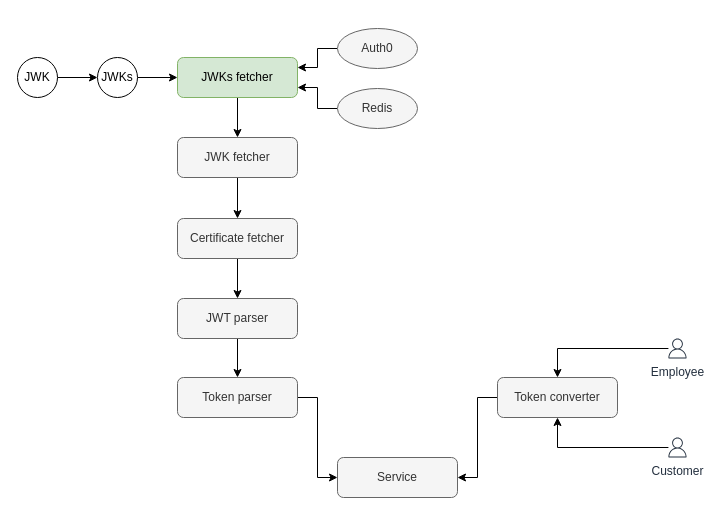
visiperf/visiauth keeps this draw.io diagram as docs/architecture.drawio. Above is the earlier version. Source tidied: cells renumbered, new cells numbered last; positions are measured from the earlier drawing's top-left corner, leaving out a move shared by most shapes. Both pictures are drawn from the tidied source at 100%, with x=0, y=0 at pixel (17, 28).
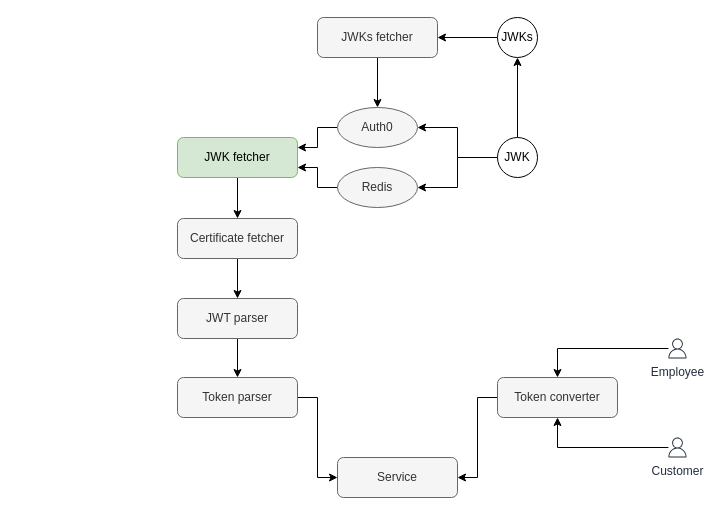
After the change.

The edit, as a diff of the source:
```diff
@@
-    <mxCell id="12" value="JWK fetcher" style="rounded=1;whiteSpace=wrap;html=1;fillColor=#f5f5f5;strokeColor=#666666;fontColor=#333333;" parent="1" vertex="1">
+    <mxCell id="12" value="JWK fetcher" style="rounded=1;whiteSpace=wrap;html=1;fillColor=#d5e8d4;strokeColor=#82b366;" parent="1" vertex="1">
       <mxGeometry x="160" y="109" width="120" height="40" as="geometry" />
     </mxCell>
-    <mxCell id="13" style="edgeStyle=orthogonalEdgeStyle;rounded=0;jettySize=auto;html=1;entryX=0.5;entryY=0;entryDx=0;entryDy=0;" parent="1" edge="1" source="14" target="12">
-      <mxGeometry relative="1" as="geometry" />
-    </mxCell>
+    <mxCell id="27" style="edgeStyle=orthogonalEdgeStyle;rounded=0;jettySize=auto;html=1;entryX=0.5;entryY=0;entryDx=0;entryDy=0;" parent="1" edge="1" source="14" target="24">
+      <mxGeometry relative="1" as="geometry" />
+    </mxCell>
-    <mxCell id="14" value="JWKs fetcher" style="rounded=1;whiteSpace=wrap;html=1;fillColor=#d5e8d4;strokeColor=#82b366;" parent="1" vertex="1">
-      <mxGeometry x="160" y="29" width="120" height="40" as="geometry" />
+    <mxCell id="14" value="JWKs fetcher" style="rounded=1;whiteSpace=wrap;html=1;fillColor=#f5f5f5;strokeColor=#666666;fontColor=#333333;" parent="1" vertex="1">
+      <mxGeometry x="300" y="-11" width="120" height="40" as="geometry" />
     </mxCell>
@@
-    <mxCell id="19" style="edgeStyle=orthogonalEdgeStyle;rounded=0;jettySize=auto;html=1;entryX=0;entryY=0.5;entryDx=0;entryDy=0;" parent="1" edge="1" source="20" target="14">
+    <mxCell id="19" style="edgeStyle=orthogonalEdgeStyle;rounded=0;jettySize=auto;html=1;entryX=1;entryY=0.5;entryDx=0;entryDy=0;" parent="1" edge="1" source="20" target="14">
       <mxGeometry relative="1" as="geometry" />
     </mxCell>
     <mxCell id="20" value="JWKs" style="ellipse;whiteSpace=wrap;html=1;" parent="1" vertex="1">
-      <mxGeometry x="80" y="29" width="40" height="40" as="geometry" />
+      <mxGeometry x="480" y="-11" width="40" height="40" as="geometry" />
     </mxCell>
-    <mxCell id="21" style="edgeStyle=orthogonalEdgeStyle;rounded=0;jettySize=auto;html=1;entryX=0;entryY=0.5;entryDx=0;entryDy=0;" parent="1" edge="1" source="22" target="20">
+    <mxCell id="21" style="edgeStyle=orthogonalEdgeStyle;rounded=0;jettySize=auto;html=1;entryX=0.5;entryY=1;entryDx=0;entryDy=0;" parent="1" edge="1" source="22" target="20">
       <mxGeometry relative="1" as="geometry" />
     </mxCell>
+    <mxCell id="28" style="edgeStyle=orthogonalEdgeStyle;rounded=0;jettySize=auto;html=1;entryX=1;entryY=0.5;entryDx=0;entryDy=0;" parent="1" edge="1" source="22" target="24">
+      <mxGeometry relative="1" as="geometry" />
+    </mxCell>
+    <mxCell id="29" style="edgeStyle=orthogonalEdgeStyle;rounded=0;jettySize=auto;html=1;entryX=1;entryY=0.5;entryDx=0;entryDy=0;" parent="1" edge="1" source="22" target="26">
+      <mxGeometry relative="1" as="geometry" />
+    </mxCell>
     <mxCell id="22" value="JWK" style="ellipse;whiteSpace=wrap;html=1;" parent="1" vertex="1">
-      <mxGeometry y="29" width="40" height="40" as="geometry" />
+      <mxGeometry x="480" y="109" width="40" height="40" as="geometry" />
     </mxCell>
-    <mxCell id="23" style="edgeStyle=orthogonalEdgeStyle;rounded=0;jettySize=auto;html=1;entryX=1;entryY=0.25;entryDx=0;entryDy=0;" parent="1" edge="1" source="24" target="14">
-      <mxGeometry relative="1" as="geometry" />
-    </mxCell>
+    <mxCell id="30" style="edgeStyle=orthogonalEdgeStyle;rounded=0;jettySize=auto;html=1;entryX=1;entryY=0.25;entryDx=0;entryDy=0;" parent="1" edge="1" source="24" target="12">
+      <mxGeometry relative="1" as="geometry" />
+    </mxCell>
     <mxCell id="24" value="Auth0" style="ellipse;whiteSpace=wrap;html=1;fillColor=#f5f5f5;strokeColor=#666666;fontColor=#333333;" parent="1" vertex="1">
-      <mxGeometry x="320" width="80" height="40" as="geometry" />
+      <mxGeometry x="320" y="79" width="80" height="40" as="geometry" />
     </mxCell>
-    <mxCell id="25" style="edgeStyle=orthogonalEdgeStyle;rounded=0;jettySize=auto;html=1;entryX=1;entryY=0.75;entryDx=0;entryDy=0;" parent="1" edge="1" source="26" target="14">
-      <mxGeometry relative="1" as="geometry" />
-    </mxCell>
+    <mxCell id="31" style="edgeStyle=orthogonalEdgeStyle;rounded=0;jettySize=auto;html=1;entryX=1;entryY=0.75;entryDx=0;entryDy=0;" parent="1" edge="1" source="26" target="12">
+      <mxGeometry relative="1" as="geometry" />
+    </mxCell>
     <mxCell id="26" value="Redis" style="ellipse;whiteSpace=wrap;html=1;fillColor=#f5f5f5;strokeColor=#666666;fontColor=#333333;" parent="1" vertex="1">
-      <mxGeometry x="320" y="60" width="80" height="40" as="geometry" />
+      <mxGeometry x="320" y="139" width="80" height="40" as="geometry" />
     </mxCell>
```
